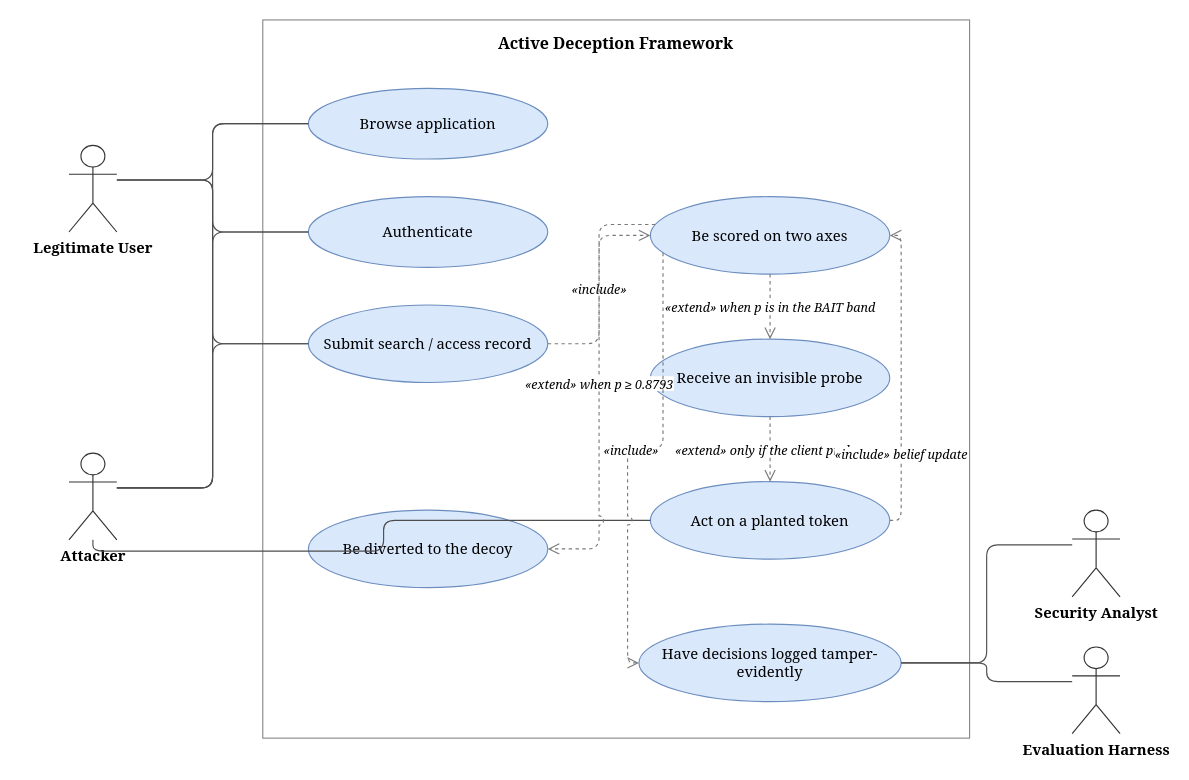
parthkansal823/FinalYearProject-Deception keeps this draw.io diagram as page "Fig 16 - Use case diagram" (8 of 11) of writing/diagrams/drawio/ALL-diagrams.drawio. Above is the earlier version. Source tidied: cells renumbered, new cells numbered last; positions are measured from the earlier drawing's top-left corner, leaving out a move shared by most shapes. Both pictures are drawn from the tidied source at 114%, with x=0, y=0 at pixel (68, 19).
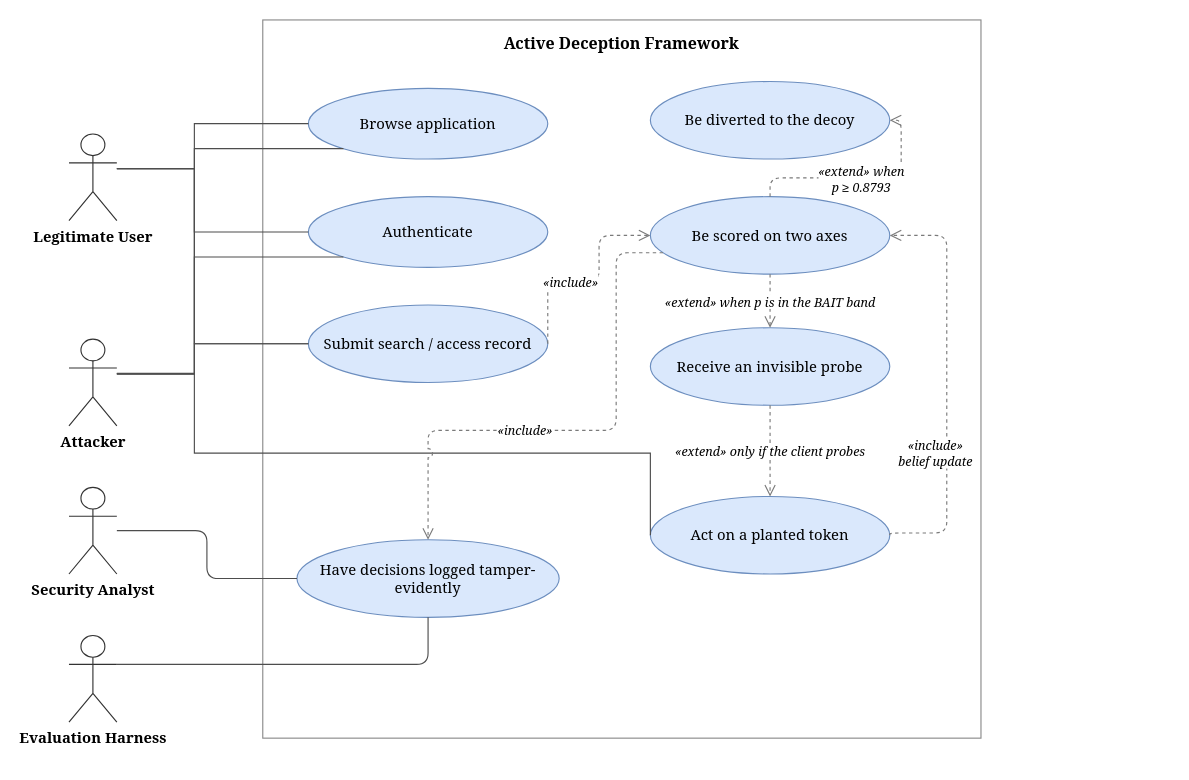
Above is the later version.

Unchanged cells that the change refers to:
```xml
<mxCell id="7" value="Browse application" style="ellipse;whiteSpace=wrap;html=1;fontFamily=Georgia;fontSize=13;fillColor=#dae8fc;strokeColor=#6c8ebf;verticalAlign=middle;" parent="1" vertex="1">
  <mxGeometry x="210" y="60" width="210" height="62" as="geometry" />
</mxCell>
<mxCell id="8" value="Authenticate" style="ellipse;whiteSpace=wrap;html=1;fontFamily=Georgia;fontSize=13;fillColor=#dae8fc;strokeColor=#6c8ebf;verticalAlign=middle;" parent="1" vertex="1">
  <mxGeometry x="210" y="155" width="210" height="62" as="geometry" />
</mxCell>
<mxCell id="9" value="Submit search / access record" style="ellipse;whiteSpace=wrap;html=1;fontFamily=Georgia;fontSize=13;fillColor=#dae8fc;strokeColor=#6c8ebf;verticalAlign=middle;" parent="1" vertex="1">
  <mxGeometry x="210" y="250" width="210" height="68" as="geometry" />
</mxCell>
<mxCell id="11" value="Be scored on two axes" style="ellipse;whiteSpace=wrap;html=1;fontFamily=Georgia;fontSize=13;fillColor=#dae8fc;strokeColor=#6c8ebf;verticalAlign=middle;" parent="1" vertex="1">
  <mxGeometry x="510" y="155" width="210" height="68" as="geometry" />
</mxCell>
```

Diff of the diagram source:
```diff
@@
     <mxCell id="2" value="Active Deception Framework" style="rounded=0;whiteSpace=wrap;html=1;fontFamily=Georgia;fontSize=14;fontStyle=1;fillColor=none;strokeColor=#8a8a8a;verticalAlign=top;align=center;spacingTop=6;" parent="1" vertex="1">
-      <mxGeometry x="170" width="620" height="630" as="geometry" />
+      <mxGeometry x="170" width="630" height="630" as="geometry" />
     </mxCell>
     <mxCell id="3" value="Legitimate User" style="shape=umlActor;verticalLabelPosition=bottom;verticalAlign=top;html=1;outlineConnect=0;fontFamily=Georgia;fontSize=13;fontStyle=1;strokeColor=#333333;" parent="1" vertex="1">
-      <mxGeometry y="110" width="42" height="76" as="geometry" />
+      <mxGeometry y="100" width="42" height="76" as="geometry" />
     </mxCell>
     <mxCell id="4" value="Attacker" style="shape=umlActor;verticalLabelPosition=bottom;verticalAlign=top;html=1;outlineConnect=0;fontFamily=Georgia;fontSize=13;fontStyle=1;strokeColor=#333333;" parent="1" vertex="1">
-      <mxGeometry y="380" width="42" height="76" as="geometry" />
+      <mxGeometry y="280" width="42" height="76" as="geometry" />
     </mxCell>
     <mxCell id="5" value="Security Analyst" style="shape=umlActor;verticalLabelPosition=bottom;verticalAlign=top;html=1;outlineConnect=0;fontFamily=Georgia;fontSize=13;fontStyle=1;strokeColor=#333333;" parent="1" vertex="1">
-      <mxGeometry x="880" y="430" width="42" height="76" as="geometry" />
+      <mxGeometry y="410" width="42" height="76" as="geometry" />
     </mxCell>
     <mxCell id="6" value="Evaluation Harness" style="shape=umlActor;verticalLabelPosition=bottom;verticalAlign=top;html=1;outlineConnect=0;fontFamily=Georgia;fontSize=13;fontStyle=1;strokeColor=#333333;" parent="1" vertex="1">
-      <mxGeometry x="880" y="550" width="42" height="76" as="geometry" />
+      <mxGeometry y="540" width="42" height="76" as="geometry" />
     </mxCell>
@@
     <mxCell id="10" value="Be diverted to the decoy" style="ellipse;whiteSpace=wrap;html=1;fontFamily=Georgia;fontSize=13;fillColor=#dae8fc;strokeColor=#6c8ebf;verticalAlign=middle;" parent="1" vertex="1">
-      <mxGeometry x="210" y="430" width="210" height="68" as="geometry" />
+      <mxGeometry x="510" y="54" width="210" height="68" as="geometry" />
     </mxCell>
@@
     <mxCell id="12" value="Receive an invisible probe" style="ellipse;whiteSpace=wrap;html=1;fontFamily=Georgia;fontSize=13;fillColor=#dae8fc;strokeColor=#6c8ebf;verticalAlign=middle;" parent="1" vertex="1">
-      <mxGeometry x="510" y="280" width="210" height="68" as="geometry" />
+      <mxGeometry x="510" y="270" width="210" height="68" as="geometry" />
     </mxCell>
     <mxCell id="13" value="Act on a planted token" style="ellipse;whiteSpace=wrap;html=1;fontFamily=Georgia;fontSize=13;fillColor=#dae8fc;strokeColor=#6c8ebf;verticalAlign=middle;" parent="1" vertex="1">
-      <mxGeometry x="510" y="405" width="210" height="68" as="geometry" />
+      <mxGeometry x="510" y="418" width="210" height="68" as="geometry" />
     </mxCell>
     <mxCell id="14" value="Have decisions logged tamper-evidently" style="ellipse;whiteSpace=wrap;html=1;fontFamily=Georgia;fontSize=13;fillColor=#dae8fc;strokeColor=#6c8ebf;verticalAlign=middle;" parent="1" vertex="1">
-      <mxGeometry x="500" y="530" width="230" height="68" as="geometry" />
+      <mxGeometry x="200" y="456" width="230" height="68" as="geometry" />
     </mxCell>
-    <mxCell id="15" style="edgeStyle=orthogonalEdgeStyle;rounded=1;html=1;jumpStyle=arc;jumpSize=8;fontFamily=Georgia;fontSize=11;strokeColor=#4d4d4d;endArrow=none;exitX=1;exitY=0.4;exitDx=0;exitDy=0;entryX=0;entryY=0.5;entryDx=0;entryDy=0;" parent="1" edge="1" source="3" target="7">
-      <mxGeometry relative="1" as="geometry" />
+    <mxCell id="15" style="edgeStyle=orthogonalEdgeStyle;rounded=0;html=1;jumpStyle=arc;jumpSize=8;fontFamily=Georgia;fontSize=11;strokeColor=#4d4d4d;endArrow=none;exitX=1;exitY=0.4;exitDx=0;exitDy=0;entryX=0;entryY=0.5;entryDx=0;entryDy=0;curved=0;" parent="1" edge="1" source="3" target="7">
+      <mxGeometry relative="1" as="geometry">
+        <Array as="points">
+          <mxPoint x="110" y="130.4" />
+          <mxPoint x="110" y="91" />
+        </Array>
+      </mxGeometry>
     </mxCell>
-    <mxCell id="16" style="edgeStyle=orthogonalEdgeStyle;rounded=1;html=1;jumpStyle=arc;jumpSize=8;fontFamily=Georgia;fontSize=11;strokeColor=#4d4d4d;endArrow=none;exitX=1;exitY=0.4;exitDx=0;exitDy=0;entryX=0;entryY=0.5;entryDx=0;entryDy=0;" parent="1" edge="1" source="3" target="8">
-      <mxGeometry relative="1" as="geometry" />
+    <mxCell id="16" style="edgeStyle=orthogonalEdgeStyle;rounded=0;html=1;jumpStyle=arc;jumpSize=8;fontFamily=Georgia;fontSize=11;strokeColor=#4d4d4d;endArrow=none;exitX=1;exitY=0.4;exitDx=0;exitDy=0;entryX=0;entryY=0.5;entryDx=0;entryDy=0;curved=0;" parent="1" edge="1" source="3" target="8">
+      <mxGeometry relative="1" as="geometry">
+        <Array as="points">
+          <mxPoint x="110" y="130.4" />
+          <mxPoint x="110" y="186" />
+        </Array>
+      </mxGeometry>
     </mxCell>
-    <mxCell id="17" style="edgeStyle=orthogonalEdgeStyle;rounded=1;html=1;jumpStyle=arc;jumpSize=8;fontFamily=Georgia;fontSize=11;strokeColor=#4d4d4d;endArrow=none;exitX=1;exitY=0.4;exitDx=0;exitDy=0;entryX=0;entryY=0.5;entryDx=0;entryDy=0;" parent="1" edge="1" source="3" target="9">
-      <mxGeometry relative="1" as="geometry" />
+    <mxCell id="17" style="edgeStyle=orthogonalEdgeStyle;rounded=0;html=1;jumpStyle=arc;jumpSize=8;fontFamily=Georgia;fontSize=11;strokeColor=#4d4d4d;endArrow=none;exitX=1;exitY=0.4;exitDx=0;exitDy=0;entryX=0;entryY=0.5;entryDx=0;entryDy=0;curved=0;" parent="1" edge="1" source="3" target="9">
+      <mxGeometry relative="1" as="geometry">
+        <Array as="points">
+          <mxPoint x="110" y="130.4" />
+          <mxPoint x="110" y="284" />
+        </Array>
+      </mxGeometry>
     </mxCell>
-    <mxCell id="18" style="edgeStyle=orthogonalEdgeStyle;rounded=1;html=1;jumpStyle=arc;jumpSize=8;fontFamily=Georgia;fontSize=11;strokeColor=#4d4d4d;endArrow=none;exitX=1;exitY=0.4;exitDx=0;exitDy=0;entryX=0;entryY=0.5;entryDx=0;entryDy=0;" parent="1" edge="1" source="4" target="7">
-      <mxGeometry relative="1" as="geometry" />
+    <mxCell id="18" style="edgeStyle=orthogonalEdgeStyle;rounded=0;html=1;jumpStyle=arc;jumpSize=8;fontFamily=Georgia;fontSize=11;strokeColor=#4d4d4d;endArrow=none;exitX=1;exitY=0.4;exitDx=0;exitDy=0;entryX=0;entryY=1;entryDx=0;entryDy=0;curved=0;" parent="1" edge="1" source="4" target="7">
+      <mxGeometry relative="1" as="geometry">
+        <Array as="points">
+          <mxPoint x="110" y="310.4" />
+          <mxPoint x="110" y="112.8" />
+        </Array>
+      </mxGeometry>
     </mxCell>
-    <mxCell id="19" style="edgeStyle=orthogonalEdgeStyle;rounded=1;html=1;jumpStyle=arc;jumpSize=8;fontFamily=Georgia;fontSize=11;strokeColor=#4d4d4d;endArrow=none;exitX=1;exitY=0.4;exitDx=0;exitDy=0;entryX=0;entryY=0.5;entryDx=0;entryDy=0;" parent="1" edge="1" source="4" target="8">
-      <mxGeometry relative="1" as="geometry" />
+    <mxCell id="19" style="edgeStyle=orthogonalEdgeStyle;rounded=0;html=1;jumpStyle=arc;jumpSize=8;fontFamily=Georgia;fontSize=11;strokeColor=#4d4d4d;endArrow=none;exitX=1;exitY=0.4;exitDx=0;exitDy=0;entryX=0;entryY=1;entryDx=0;entryDy=0;curved=0;" parent="1" edge="1" source="4" target="8">
+      <mxGeometry relative="1" as="geometry">
+        <Array as="points">
+          <mxPoint x="110" y="310.4" />
+          <mxPoint x="110" y="207.8" />
+        </Array>
+      </mxGeometry>
     </mxCell>
-    <mxCell id="20" style="edgeStyle=orthogonalEdgeStyle;rounded=1;html=1;jumpStyle=arc;jumpSize=8;fontFamily=Georgia;fontSize=11;strokeColor=#4d4d4d;endArrow=none;exitX=1;exitY=0.4;exitDx=0;exitDy=0;entryX=0;entryY=0.5;entryDx=0;entryDy=0;" parent="1" edge="1" source="4" target="9">
-      <mxGeometry relative="1" as="geometry" />
+    <mxCell id="20" style="edgeStyle=orthogonalEdgeStyle;rounded=0;html=1;jumpStyle=arc;jumpSize=8;fontFamily=Georgia;fontSize=11;strokeColor=#4d4d4d;endArrow=none;exitX=1;exitY=0.4;exitDx=0;exitDy=0;entryX=0;entryY=0.5;entryDx=0;entryDy=0;curved=0;" parent="1" edge="1" source="4" target="9">
+      <mxGeometry relative="1" as="geometry">
+        <Array as="points">
+          <mxPoint x="110" y="310.4" />
+          <mxPoint x="110" y="284" />
+        </Array>
+      </mxGeometry>
     </mxCell>
-    <mxCell id="21" style="edgeStyle=orthogonalEdgeStyle;rounded=1;html=1;jumpStyle=arc;jumpSize=8;fontFamily=Georgia;fontSize=11;strokeColor=#4d4d4d;endArrow=none;exitX=0.5;exitY=1;exitDx=0;exitDy=0;entryX=0;entryY=0.5;entryDx=0;entryDy=0;" parent="1" edge="1" source="4" target="13">
-      <mxGeometry relative="1" as="geometry" />
+    <mxCell id="21" style="edgeStyle=orthogonalEdgeStyle;rounded=0;html=1;jumpStyle=arc;jumpSize=8;fontFamily=Georgia;fontSize=11;strokeColor=#4d4d4d;endArrow=none;entryX=0;entryY=0.5;entryDx=0;entryDy=0;curved=0;" parent="1" edge="1" target="13">
+      <mxGeometry relative="1" as="geometry">
+        <mxPoint x="42" y="310" as="sourcePoint" />
+        <Array as="points">
+          <mxPoint x="110" y="310" />
+          <mxPoint x="110" y="380" />
+          <mxPoint x="510" y="380" />
+        </Array>
+      </mxGeometry>
     </mxCell>
-    <mxCell id="22" style="edgeStyle=orthogonalEdgeStyle;rounded=1;html=1;jumpStyle=arc;jumpSize=8;fontFamily=Georgia;fontSize=11;strokeColor=#4d4d4d;endArrow=none;exitX=0;exitY=0.4;exitDx=0;exitDy=0;entryX=1;entryY=0.5;entryDx=0;entryDy=0;" parent="1" edge="1" source="5" target="14">
+    <mxCell id="22" style="edgeStyle=orthogonalEdgeStyle;rounded=1;html=1;jumpStyle=arc;jumpSize=8;fontFamily=Georgia;fontSize=11;strokeColor=#4d4d4d;endArrow=none;entryX=0;entryY=0.5;entryDx=0;entryDy=0;" parent="1" edge="1" source="5" target="14">
       <mxGeometry relative="1" as="geometry" />
     </mxCell>
-    <mxCell id="23" style="edgeStyle=orthogonalEdgeStyle;rounded=1;html=1;jumpStyle=arc;jumpSize=8;fontFamily=Georgia;fontSize=11;strokeColor=#4d4d4d;endArrow=none;exitX=0;exitY=0.4;exitDx=0;exitDy=0;entryX=1;entryY=0.5;entryDx=0;entryDy=0;" parent="1" edge="1" source="6" target="14">
+    <mxCell id="23" style="edgeStyle=orthogonalEdgeStyle;rounded=1;html=1;jumpStyle=arc;jumpSize=8;fontFamily=Georgia;fontSize=11;strokeColor=#4d4d4d;endArrow=none;exitX=1;exitY=0.3333333333333333;exitDx=0;exitDy=0;entryX=0.5;entryY=1;entryDx=0;entryDy=0;exitPerimeter=0;" parent="1" edge="1" source="6" target="14">
       <mxGeometry relative="1" as="geometry" />
     </mxCell>
     <mxCell id="24" value="«include»" style="edgeStyle=orthogonalEdgeStyle;rounded=1;html=1;jumpStyle=arc;jumpSize=8;fontFamily=Georgia;fontSize=11;fontStyle=2;strokeColor=#7a7a7a;dashed=1;endArrow=open;endSize=8;exitX=1;exitY=0.5;exitDx=0;exitDy=0;entryX=0;entryY=0.5;entryDx=0;entryDy=0;" parent="1" edge="1" source="9" target="11">
-      <mxGeometry relative="1" as="geometry" />
+      <mxGeometry x="-0.2" relative="1" as="geometry">
+        <Array as="points">
+          <mxPoint x="420" y="230" />
+          <mxPoint x="465" y="230" />
+          <mxPoint x="465" y="189" />
+        </Array>
+      </mxGeometry>
     </mxCell>
@@
-    <mxCell id="27" value="«include» belief update" style="edgeStyle=orthogonalEdgeStyle;rounded=1;html=1;jumpStyle=arc;jumpSize=8;fontFamily=Georgia;fontSize=11;fontStyle=2;strokeColor=#7a7a7a;dashed=1;endArrow=open;endSize=8;exitX=1;exitY=0.5;exitDx=0;exitDy=0;entryX=1;entryY=0.5;entryDx=0;entryDy=0;" parent="1" edge="1" source="13" target="11">
-      <mxGeometry x="-0.5" relative="1" as="geometry" />
+    <mxCell id="27" value="«include» &lt;br&gt;belief update" style="edgeStyle=orthogonalEdgeStyle;rounded=1;html=1;jumpStyle=arc;jumpSize=8;fontFamily=Georgia;fontSize=11;fontStyle=2;strokeColor=#7a7a7a;dashed=1;endArrow=open;endSize=8;exitX=1;exitY=0.5;exitDx=0;exitDy=0;entryX=1;entryY=0.5;entryDx=0;entryDy=0;" parent="1" edge="1" source="13" target="11">
+      <mxGeometry x="-0.33" y="10" relative="1" as="geometry">
+        <Array as="points">
+          <mxPoint x="720" y="450" />
+          <mxPoint x="770" y="450" />
+          <mxPoint x="770" y="189.1" />
+        </Array>
+      </mxGeometry>
     </mxCell>
-    <mxCell id="28" value="«extend» when p ≥ 0.8793" style="edgeStyle=orthogonalEdgeStyle;rounded=1;html=1;jumpStyle=arc;jumpSize=8;fontFamily=Georgia;fontSize=11;fontStyle=2;strokeColor=#7a7a7a;dashed=1;endArrow=open;endSize=8;exitX=0;exitY=0.35;exitDx=0;exitDy=0;entryX=1;entryY=0.5;entryDx=0;entryDy=0;" parent="1" edge="1" source="11" target="10">
+    <mxCell id="28" value="«extend» when &lt;br&gt;p ≥ 0.8793" style="edgeStyle=orthogonalEdgeStyle;rounded=1;html=1;jumpStyle=arc;jumpSize=8;fontFamily=Georgia;fontSize=11;fontStyle=2;strokeColor=#7a7a7a;dashed=1;endArrow=open;endSize=8;entryX=1;entryY=0.5;entryDx=0;entryDy=0;" parent="1" edge="1" source="11" target="10">
       <mxGeometry relative="1" as="geometry" />
     </mxCell>
-    <mxCell id="29" value="«include»" style="edgeStyle=orthogonalEdgeStyle;rounded=1;html=1;jumpStyle=arc;jumpSize=8;fontFamily=Georgia;fontSize=11;fontStyle=2;strokeColor=#7a7a7a;dashed=1;endArrow=open;endSize=8;exitX=0;exitY=0.75;exitDx=0;exitDy=0;entryX=0;entryY=0.5;entryDx=0;entryDy=0;" parent="1" edge="1" source="11" target="14">
-      <mxGeometry relative="1" as="geometry" />
+    <mxCell id="29" value="«include»" style="edgeStyle=orthogonalEdgeStyle;rounded=1;html=1;jumpStyle=arc;jumpSize=8;fontFamily=Georgia;fontSize=11;fontStyle=2;strokeColor=#7a7a7a;dashed=1;endArrow=open;endSize=8;exitX=0;exitY=0.75;exitDx=0;exitDy=0;entryX=0.5;entryY=0;entryDx=0;entryDy=0;" parent="1" edge="1" source="11" target="14">
+      <mxGeometry x="0.21" relative="1" as="geometry">
+        <Array as="points">
+          <mxPoint x="480" y="204" />
+          <mxPoint x="480" y="360" />
+          <mxPoint x="315" y="360" />
+        </Array>
+      </mxGeometry>
     </mxCell>
```
